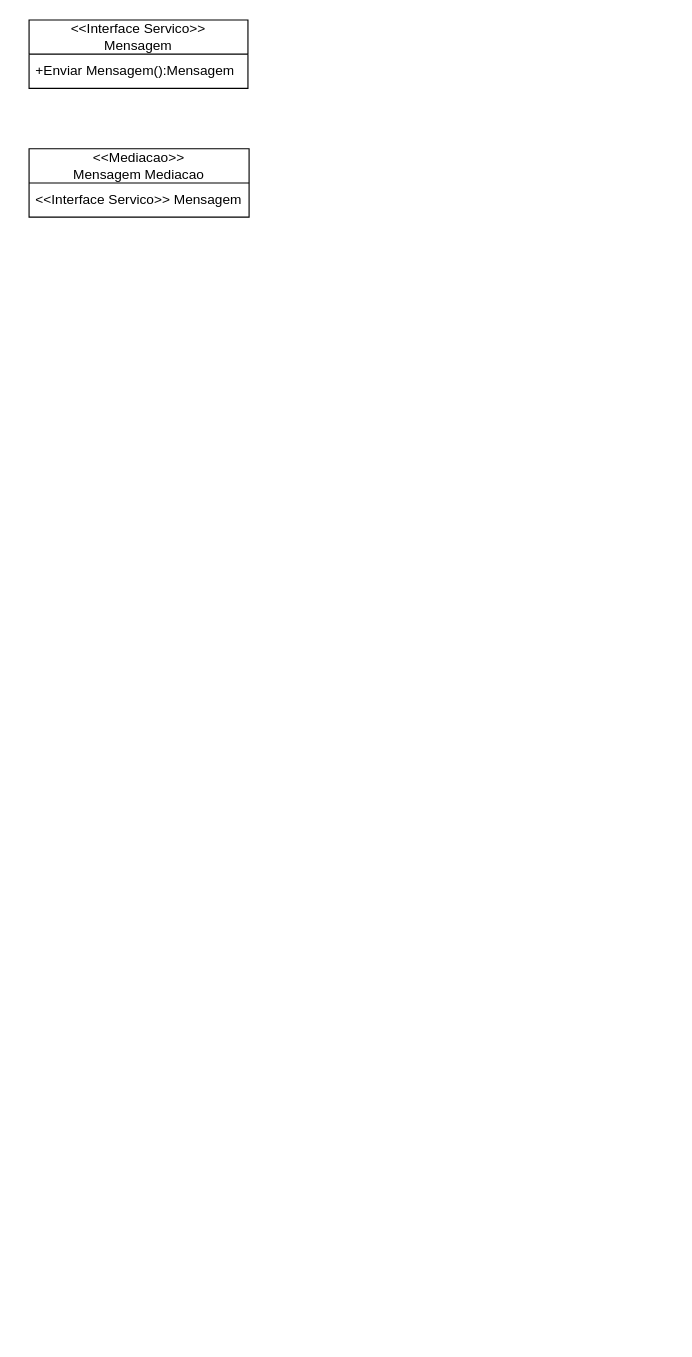
gb-cs-rt/stoc_fispq keeps this draw.io diagram as diagrama_realizacao/DiagramaDeRealizacao.drawio. Above is the earlier version. Source tidied: cells renumbered, new cells numbered last; positions are measured from the earlier drawing's top-left corner, leaving out a move shared by most shapes. Both pictures are drawn from the tidied source at 114%, with x=0, y=0 at pixel (28, 19).
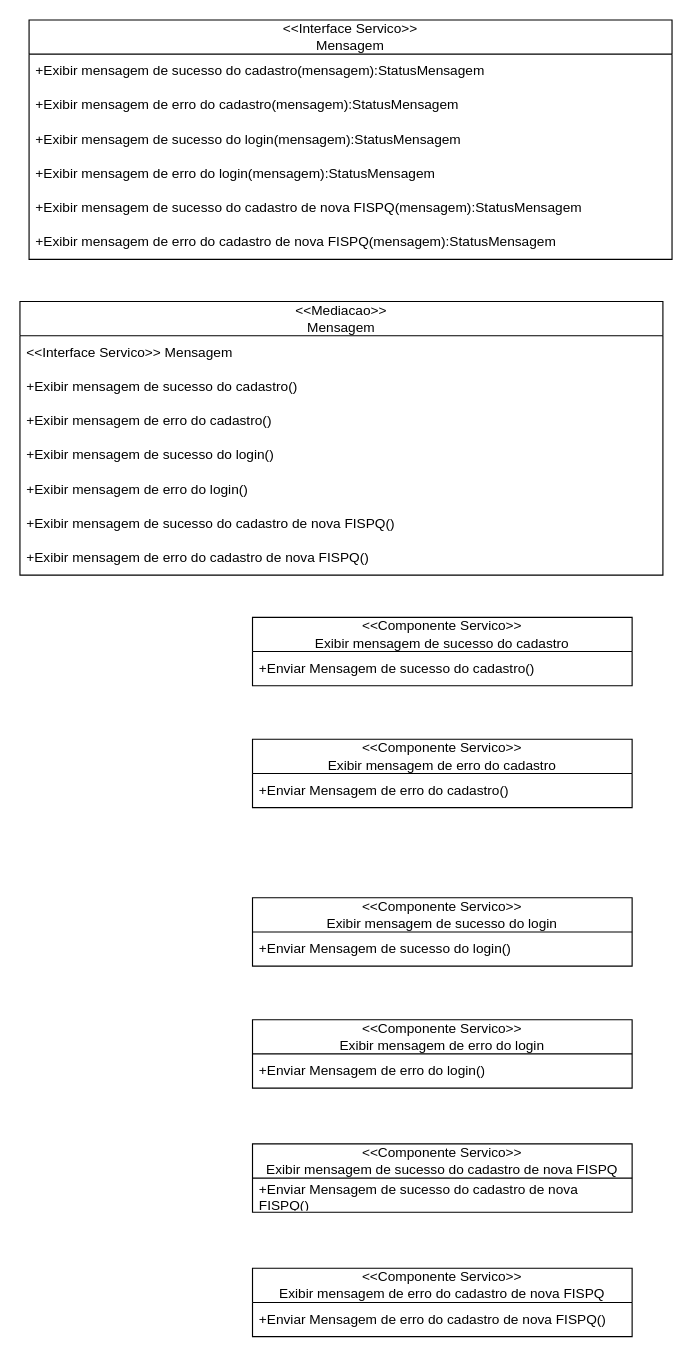
Above is the later version.

What changed in the source:
```diff
@@
     <mxCell id="2" value="&amp;lt;&amp;lt;Interface Servico&amp;gt;&amp;gt;&lt;div&gt;Mensagem&lt;/div&gt;" style="swimlane;fontStyle=0;horizontal=1;startSize=30;whiteSpace=wrap;html=1;" parent="1" vertex="1">
-      <mxGeometry width="192" height="60" as="geometry" />
+      <mxGeometry width="564" height="210" as="geometry" />
     </mxCell>
-    <mxCell id="3" value="+Enviar Mensagem():Mensagem" style="text;strokeColor=none;fillColor=none;align=left;verticalAlign=middle;spacingLeft=4;spacingRight=4;overflow=hidden;whiteSpace=wrap;html=1;" parent="2" vertex="1">
-      <mxGeometry y="30" width="192" height="30" as="geometry" />
+    <mxCell id="3" value="+Exibir mensagem de sucesso do cadastro(mensagem):StatusMensagem" style="text;strokeColor=none;fillColor=none;align=left;verticalAlign=middle;spacingLeft=4;spacingRight=4;overflow=hidden;whiteSpace=wrap;html=1;" parent="2" vertex="1">
+      <mxGeometry y="30" width="564" height="30" as="geometry" />
     </mxCell>
-    <mxCell id="4" value="&amp;lt;&amp;lt;Mediacao&amp;gt;&amp;gt;&lt;div&gt;Mensagem Mediacao&lt;/div&gt;" style="swimlane;fontStyle=0;horizontal=1;startSize=30;whiteSpace=wrap;html=1;" parent="1" vertex="1">
-      <mxGeometry y="113" width="193" height="60" as="geometry" />
-    </mxCell>
+    <mxCell id="6" value="+Exibir mensagem de erro do cadastro(mensagem):StatusMensagem" style="text;strokeColor=none;fillColor=none;align=left;verticalAlign=middle;spacingLeft=4;spacingRight=4;overflow=hidden;whiteSpace=wrap;html=1;" parent="2" vertex="1">
+      <mxGeometry y="60" width="564" height="30" as="geometry" />
+    </mxCell>
+    <mxCell id="7" value="+Exibir mensagem de sucesso do login(mensagem):StatusMensagem" style="text;strokeColor=none;fillColor=none;align=left;verticalAlign=middle;spacingLeft=4;spacingRight=4;overflow=hidden;whiteSpace=wrap;html=1;" parent="2" vertex="1">
+      <mxGeometry y="90" width="564" height="30" as="geometry" />
+    </mxCell>
+    <mxCell id="8" value="+Exibir mensagem de erro do login(mensagem):StatusMensagem" style="text;strokeColor=none;fillColor=none;align=left;verticalAlign=middle;spacingLeft=4;spacingRight=4;overflow=hidden;whiteSpace=wrap;html=1;" parent="2" vertex="1">
+      <mxGeometry y="120" width="564" height="30" as="geometry" />
+    </mxCell>
+    <mxCell id="9" value="+Exibir mensagem de sucesso do cadastro de nova FISPQ(mensagem):StatusMensagem" style="text;strokeColor=none;fillColor=none;align=left;verticalAlign=middle;spacingLeft=4;spacingRight=4;overflow=hidden;whiteSpace=wrap;html=1;" parent="2" vertex="1">
+      <mxGeometry y="150" width="564" height="30" as="geometry" />
+    </mxCell>
+    <mxCell id="10" value="+Exibir mensagem de erro do cadastro de nova FISPQ(mensagem):StatusMensagem" style="text;strokeColor=none;fillColor=none;align=left;verticalAlign=middle;spacingLeft=4;spacingRight=4;overflow=hidden;whiteSpace=wrap;html=1;" parent="2" vertex="1">
+      <mxGeometry y="180" width="564" height="30" as="geometry" />
+    </mxCell>
+    <mxCell id="11" value="&amp;lt;&amp;lt;Componente Servico&amp;gt;&amp;gt;&lt;div&gt;Exibir mensagem de sucesso do cadastro&lt;/div&gt;" style="swimlane;fontStyle=0;horizontal=1;startSize=30;whiteSpace=wrap;html=1;" parent="1" vertex="1">
+      <mxGeometry x="196" y="524" width="333" height="60" as="geometry" />
+    </mxCell>
+    <mxCell id="12" value="&amp;lt;&amp;lt;Mediacao&amp;gt;&amp;gt;&lt;div&gt;Mensagem&lt;/div&gt;" style="swimlane;fontStyle=0;horizontal=1;startSize=30;whiteSpace=wrap;html=1;" parent="1" vertex="1">
+      <mxGeometry x="-8" y="247" width="564" height="240" as="geometry" />
+    </mxCell>
-    <mxCell id="5" value="&amp;lt;&amp;lt;Interface Servico&amp;gt;&amp;gt; Mensagem" style="text;strokeColor=none;fillColor=none;align=left;verticalAlign=middle;spacingLeft=4;spacingRight=4;overflow=hidden;whiteSpace=wrap;html=1;" parent="1" vertex="1">
-      <mxGeometry y="143" width="191" height="30" as="geometry" />
+    <mxCell id="5" value="&amp;lt;&amp;lt;Interface Servico&amp;gt;&amp;gt; Mensagem" style="text;strokeColor=none;fillColor=none;align=left;verticalAlign=middle;spacingLeft=4;spacingRight=4;overflow=hidden;whiteSpace=wrap;html=1;" parent="12" vertex="1">
+      <mxGeometry y="30" width="564" height="30" as="geometry" />
     </mxCell>
+    <mxCell id="13" value="+Exibir mensagem de sucesso do cadastro()" style="text;strokeColor=none;fillColor=none;align=left;verticalAlign=middle;spacingLeft=4;spacingRight=4;overflow=hidden;whiteSpace=wrap;html=1;" parent="12" vertex="1">
+      <mxGeometry y="60" width="564" height="30" as="geometry" />
+    </mxCell>
+    <mxCell id="14" value="+Exibir mensagem de erro do cadastro()" style="text;strokeColor=none;fillColor=none;align=left;verticalAlign=middle;spacingLeft=4;spacingRight=4;overflow=hidden;whiteSpace=wrap;html=1;" parent="12" vertex="1">
+      <mxGeometry y="90" width="564" height="30" as="geometry" />
+    </mxCell>
+    <mxCell id="15" value="+Exibir mensagem de sucesso do login()" style="text;strokeColor=none;fillColor=none;align=left;verticalAlign=middle;spacingLeft=4;spacingRight=4;overflow=hidden;whiteSpace=wrap;html=1;" parent="12" vertex="1">
+      <mxGeometry y="120" width="564" height="30" as="geometry" />
+    </mxCell>
+    <mxCell id="16" value="+Exibir mensagem de erro do login()" style="text;strokeColor=none;fillColor=none;align=left;verticalAlign=middle;spacingLeft=4;spacingRight=4;overflow=hidden;whiteSpace=wrap;html=1;" parent="12" vertex="1">
+      <mxGeometry y="150" width="564" height="30" as="geometry" />
+    </mxCell>
+    <mxCell id="17" value="+Exibir mensagem de sucesso do cadastro de nova FISPQ()" style="text;strokeColor=none;fillColor=none;align=left;verticalAlign=middle;spacingLeft=4;spacingRight=4;overflow=hidden;whiteSpace=wrap;html=1;" parent="12" vertex="1">
+      <mxGeometry y="180" width="564" height="30" as="geometry" />
+    </mxCell>
+    <mxCell id="18" value="+Exibir mensagem de erro do cadastro de nova FISPQ()" style="text;strokeColor=none;fillColor=none;align=left;verticalAlign=middle;spacingLeft=4;spacingRight=4;overflow=hidden;whiteSpace=wrap;html=1;" parent="12" vertex="1">
+      <mxGeometry y="210" width="564" height="30" as="geometry" />
+    </mxCell>
+    <mxCell id="19" value="+Enviar Mensagem de sucesso do cadastro()" style="text;strokeColor=none;fillColor=none;align=left;verticalAlign=middle;spacingLeft=4;spacingRight=4;overflow=hidden;whiteSpace=wrap;html=1;" parent="1" vertex="1">
+      <mxGeometry x="196" y="554" width="333" height="30" as="geometry" />
+    </mxCell>
+    <mxCell id="20" value="&amp;lt;&amp;lt;Componente Servico&amp;gt;&amp;gt;&lt;div&gt;Exibir mensagem de erro do cadastro&lt;/div&gt;" style="swimlane;fontStyle=0;horizontal=1;startSize=30;whiteSpace=wrap;html=1;" parent="1" vertex="1">
+      <mxGeometry x="196" y="631" width="333" height="60" as="geometry" />
+    </mxCell>
+    <mxCell id="21" value="+Enviar Mensagem de erro do cadastro()" style="text;strokeColor=none;fillColor=none;align=left;verticalAlign=middle;spacingLeft=4;spacingRight=4;overflow=hidden;whiteSpace=wrap;html=1;" parent="1" vertex="1">
+      <mxGeometry x="196" y="661" width="333" height="30" as="geometry" />
+    </mxCell>
+    <mxCell id="22" value="&amp;lt;&amp;lt;Componente Servico&amp;gt;&amp;gt;&lt;div&gt;Exibir mensagem de sucesso do login&lt;/div&gt;" style="swimlane;fontStyle=0;horizontal=1;startSize=30;whiteSpace=wrap;html=1;" parent="1" vertex="1">
+      <mxGeometry x="196" y="770" width="333" height="60" as="geometry" />
+    </mxCell>
+    <mxCell id="23" value="+Enviar Mensagem de sucesso do login()" style="text;strokeColor=none;fillColor=none;align=left;verticalAlign=middle;spacingLeft=4;spacingRight=4;overflow=hidden;whiteSpace=wrap;html=1;" parent="1" vertex="1">
+      <mxGeometry x="196" y="800" width="333" height="30" as="geometry" />
+    </mxCell>
+    <mxCell id="24" value="&amp;lt;&amp;lt;Componente Servico&amp;gt;&amp;gt;&lt;div&gt;Exibir mensagem de erro do login&lt;/div&gt;" style="swimlane;fontStyle=0;horizontal=1;startSize=30;whiteSpace=wrap;html=1;" parent="1" vertex="1">
+      <mxGeometry x="196" y="877" width="333" height="60" as="geometry" />
+    </mxCell>
+    <mxCell id="25" value="+Enviar Mensagem de erro do login()" style="text;strokeColor=none;fillColor=none;align=left;verticalAlign=middle;spacingLeft=4;spacingRight=4;overflow=hidden;whiteSpace=wrap;html=1;" parent="1" vertex="1">
+      <mxGeometry x="196" y="907" width="333" height="30" as="geometry" />
+    </mxCell>
+    <mxCell id="26" value="&amp;lt;&amp;lt;Componente Servico&amp;gt;&amp;gt;&lt;div&gt;Exibir mensagem de sucesso do cadastro de nova FISPQ&lt;/div&gt;" style="swimlane;fontStyle=0;horizontal=1;startSize=30;whiteSpace=wrap;html=1;" parent="1" vertex="1">
+      <mxGeometry x="196" y="985.9" width="333" height="60" as="geometry" />
+    </mxCell>
+    <mxCell id="27" value="+Enviar Mensagem de sucesso do cadastro de nova FISPQ()" style="text;strokeColor=none;fillColor=none;align=left;verticalAlign=middle;spacingLeft=4;spacingRight=4;overflow=hidden;whiteSpace=wrap;html=1;" parent="1" vertex="1">
+      <mxGeometry x="196" y="1015.9" width="333" height="30" as="geometry" />
+    </mxCell>
+    <mxCell id="28" value="&amp;lt;&amp;lt;Componente Servico&amp;gt;&amp;gt;&lt;div&gt;Exibir mensagem de erro do cadastro de nova FISPQ&lt;/div&gt;" style="swimlane;fontStyle=0;horizontal=1;startSize=30;whiteSpace=wrap;html=1;" parent="1" vertex="1">
+      <mxGeometry x="196" y="1095" width="333" height="60" as="geometry" />
+    </mxCell>
+    <mxCell id="29" value="+Enviar Mensagem de erro do cadastro de nova FISPQ()" style="text;strokeColor=none;fillColor=none;align=left;verticalAlign=middle;spacingLeft=4;spacingRight=4;overflow=hidden;whiteSpace=wrap;html=1;" parent="1" vertex="1">
+      <mxGeometry x="196" y="1125" width="333" height="30" as="geometry" />
+    </mxCell>
```
